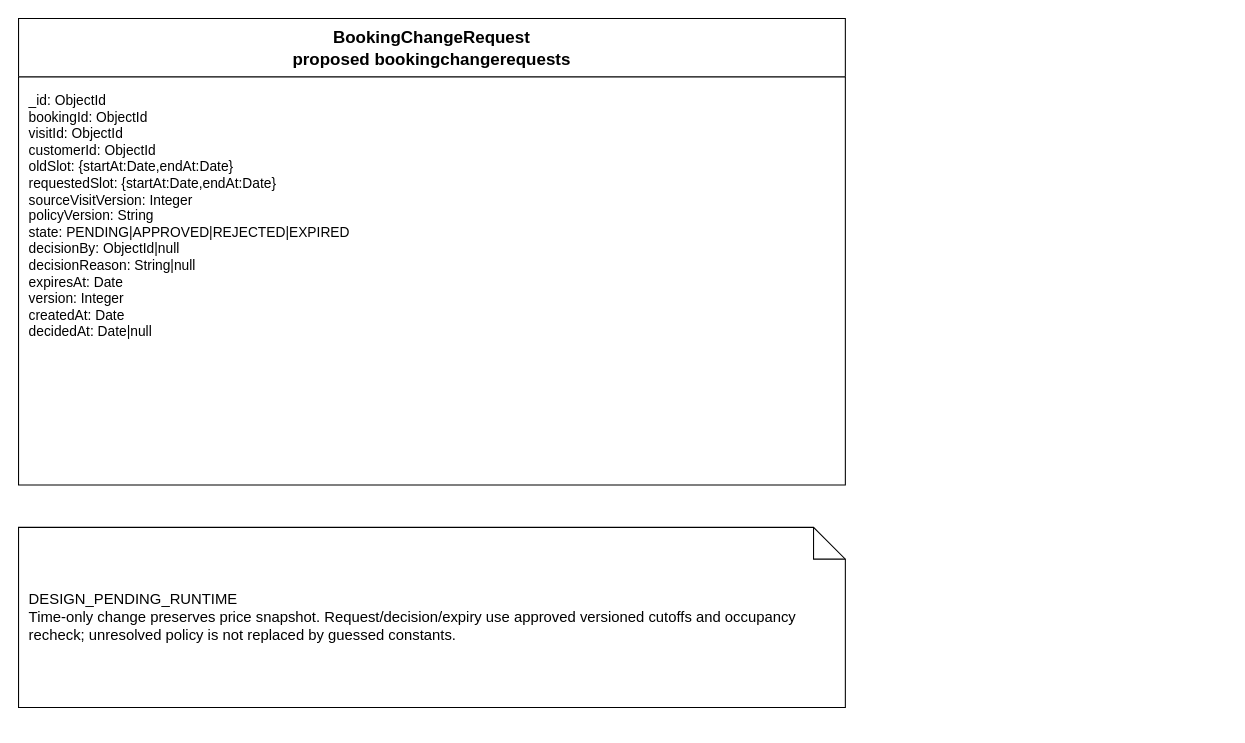
Before: page "BookingChangeRequest — DESIGN_PENDING_RUNTIME" (3 of 11) of doc/reports/report4/database/planned-domain-schema.drawio in ngocthanhhx7/SEP490_G101_FALL2026, a draw.io diagram. Source tidied: cells renumbered, new cells numbered last; positions are measured from the earlier drawing's top-left corner, leaving out a move shared by most shapes. Both pictures are drawn from the tidied source at 106%, with x=0, y=0 at pixel (18, 18).
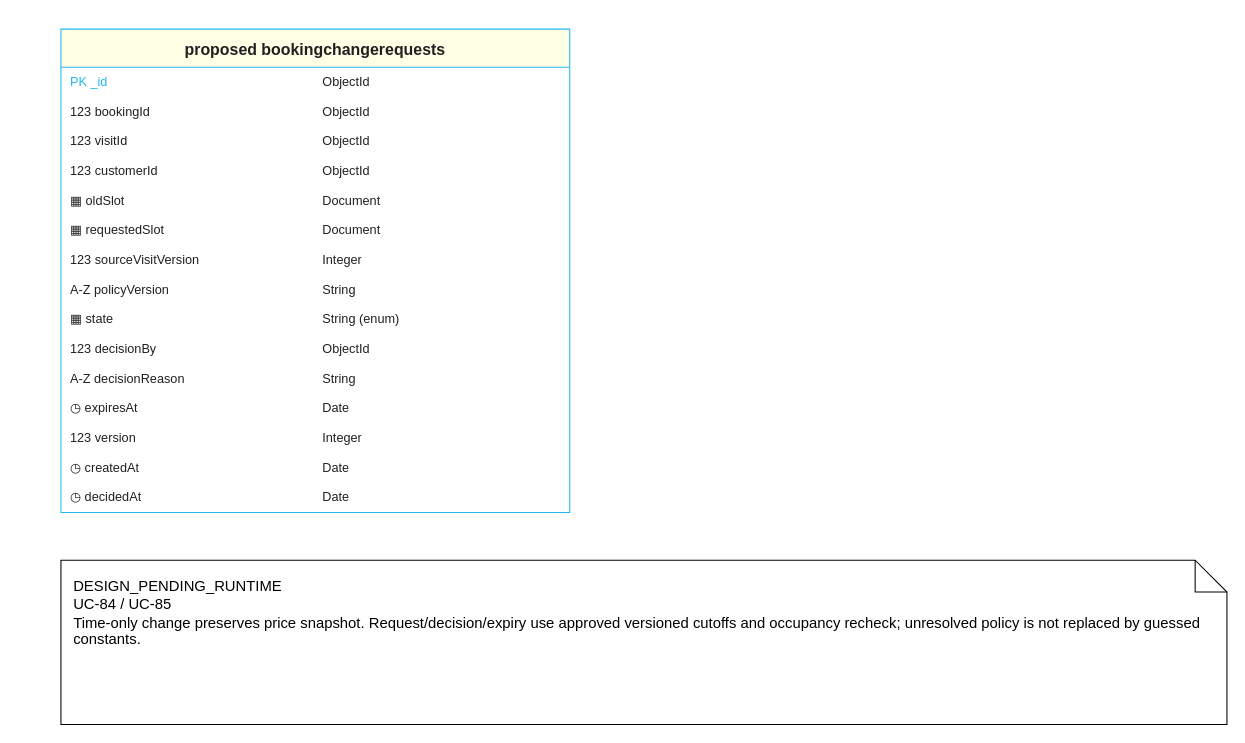
The same page after the edit.

What changed in the source:
```diff
@@
-<mxGraphModel>
+<mxGraphModel background="#ffffff">
@@
-    <mxCell id="2" value="BookingChangeRequest&#10;proposed bookingchangerequests" style="swimlane;startSize=55;whiteSpace=wrap;html=0;fontSize=16;" parent="1" vertex="1">
-      <mxGeometry width="780" height="440" as="geometry" />
-    </mxCell>
-    <mxCell id="3" value="_id: ObjectId&#10;bookingId: ObjectId&#10;visitId: ObjectId&#10;customerId: ObjectId&#10;oldSlot: {startAt:Date,endAt:Date}&#10;requestedSlot: {startAt:Date,endAt:Date}&#10;sourceVisitVersion: Integer&#10;policyVersion: String&#10;state: PENDING|APPROVED|REJECTED|EXPIRED&#10;decisionBy: ObjectId|null&#10;decisionReason: String|null&#10;expiresAt: Date&#10;version: Integer&#10;createdAt: Date&#10;decidedAt: Date|null" style="text;whiteSpace=wrap;html=0;align=left;verticalAlign=top;spacing=10;fontSize=13;" parent="2" vertex="1">
-      <mxGeometry y="55" width="780" height="385" as="geometry" />
-    </mxCell>
-    <mxCell id="4" value="DESIGN_PENDING_RUNTIME&#10;Time-only change preserves price snapshot. Request/decision/expiry use approved versioned cutoffs and occupancy recheck; unresolved policy is not replaced by guessed constants." style="shape=note;whiteSpace=wrap;html=0;align=left;spacing=10;fontSize=14;" parent="1" vertex="1">
-      <mxGeometry y="480" width="780" height="170" as="geometry" />
-    </mxCell>
+    <mxCell id="5" value="proposed bookingchangerequests" style="swimlane;startSize=36;horizontal=1;rounded=0;html=0;fillColor=#FFFFE5;swimlaneFillColor=#ffffff;strokeColor=#22B8F0;fontColor=#202020;fontSize=15;fontStyle=1;align=center;" parent="1" vertex="1">
+      <mxGeometry x="40" y="10" width="480" height="456" as="geometry" />
+    </mxCell>
+    <mxCell id="6" value="PK _id" style="text;html=0;whiteSpace=wrap;overflow=hidden;align=left;verticalAlign=middle;fontSize=12;fontColor=#22B8F0;spacingLeft=7;strokeColor=none;" parent="5" vertex="1">
+      <mxGeometry y="36" width="240" height="28" as="geometry" />
+    </mxCell>
+    <mxCell id="7" value="ObjectId" style="text;html=0;whiteSpace=wrap;overflow=hidden;align=left;verticalAlign=middle;fontSize=12;fontColor=#202020;spacingLeft=5;strokeColor=none;" parent="5" vertex="1">
+      <mxGeometry x="240" y="36" width="240" height="28" as="geometry" />
+    </mxCell>
+    <mxCell id="8" value="123 bookingId" style="text;html=0;whiteSpace=wrap;overflow=hidden;align=left;verticalAlign=middle;fontSize=12;fontColor=#202020;spacingLeft=7;strokeColor=none;" parent="5" vertex="1">
+      <mxGeometry y="64" width="240" height="28" as="geometry" />
+    </mxCell>
+    <mxCell id="9" value="ObjectId" style="text;html=0;whiteSpace=wrap;overflow=hidden;align=left;verticalAlign=middle;fontSize=12;fontColor=#202020;spacingLeft=5;strokeColor=none;" parent="5" vertex="1">
+      <mxGeometry x="240" y="64" width="240" height="28" as="geometry" />
+    </mxCell>
+    <mxCell id="10" value="123 visitId" style="text;html=0;whiteSpace=wrap;overflow=hidden;align=left;verticalAlign=middle;fontSize=12;fontColor=#202020;spacingLeft=7;strokeColor=none;" parent="5" vertex="1">
+      <mxGeometry y="92" width="240" height="28" as="geometry" />
+    </mxCell>
+    <mxCell id="11" value="ObjectId" style="text;html=0;whiteSpace=wrap;overflow=hidden;align=left;verticalAlign=middle;fontSize=12;fontColor=#202020;spacingLeft=5;strokeColor=none;" parent="5" vertex="1">
+      <mxGeometry x="240" y="92" width="240" height="28" as="geometry" />
+    </mxCell>
+    <mxCell id="12" value="123 customerId" style="text;html=0;whiteSpace=wrap;overflow=hidden;align=left;verticalAlign=middle;fontSize=12;fontColor=#202020;spacingLeft=7;strokeColor=none;" parent="5" vertex="1">
+      <mxGeometry y="120" width="240" height="28" as="geometry" />
+    </mxCell>
+    <mxCell id="13" value="ObjectId" style="text;html=0;whiteSpace=wrap;overflow=hidden;align=left;verticalAlign=middle;fontSize=12;fontColor=#202020;spacingLeft=5;strokeColor=none;" parent="5" vertex="1">
+      <mxGeometry x="240" y="120" width="240" height="28" as="geometry" />
+    </mxCell>
+    <mxCell id="14" value="▦ oldSlot" style="text;html=0;whiteSpace=wrap;overflow=hidden;align=left;verticalAlign=middle;fontSize=12;fontColor=#202020;spacingLeft=7;strokeColor=none;" parent="5" vertex="1">
+      <mxGeometry y="148" width="240" height="28" as="geometry" />
+    </mxCell>
+    <mxCell id="15" value="Document" style="text;html=0;whiteSpace=wrap;overflow=hidden;align=left;verticalAlign=middle;fontSize=12;fontColor=#202020;spacingLeft=5;strokeColor=none;" parent="5" vertex="1">
+      <mxGeometry x="240" y="148" width="240" height="28" as="geometry" />
+    </mxCell>
+    <mxCell id="16" value="▦ requestedSlot" style="text;html=0;whiteSpace=wrap;overflow=hidden;align=left;verticalAlign=middle;fontSize=12;fontColor=#202020;spacingLeft=7;strokeColor=none;" parent="5" vertex="1">
+      <mxGeometry y="176" width="240" height="28" as="geometry" />
+    </mxCell>
+    <mxCell id="17" value="Document" style="text;html=0;whiteSpace=wrap;overflow=hidden;align=left;verticalAlign=middle;fontSize=12;fontColor=#202020;spacingLeft=5;strokeColor=none;" parent="5" vertex="1">
+      <mxGeometry x="240" y="176" width="240" height="28" as="geometry" />
+    </mxCell>
+    <mxCell id="18" value="123 sourceVisitVersion" style="text;html=0;whiteSpace=wrap;overflow=hidden;align=left;verticalAlign=middle;fontSize=12;fontColor=#202020;spacingLeft=7;strokeColor=none;" parent="5" vertex="1">
+      <mxGeometry y="204" width="240" height="28" as="geometry" />
+    </mxCell>
+    <mxCell id="19" value="Integer" style="text;html=0;whiteSpace=wrap;overflow=hidden;align=left;verticalAlign=middle;fontSize=12;fontColor=#202020;spacingLeft=5;strokeColor=none;" parent="5" vertex="1">
+      <mxGeometry x="240" y="204" width="240" height="28" as="geometry" />
+    </mxCell>
+    <mxCell id="20" value="A-Z policyVersion" style="text;html=0;whiteSpace=wrap;overflow=hidden;align=left;verticalAlign=middle;fontSize=12;fontColor=#202020;spacingLeft=7;strokeColor=none;" parent="5" vertex="1">
+      <mxGeometry y="232" width="240" height="28" as="geometry" />
+    </mxCell>
+    <mxCell id="21" value="String" style="text;html=0;whiteSpace=wrap;overflow=hidden;align=left;verticalAlign=middle;fontSize=12;fontColor=#202020;spacingLeft=5;strokeColor=none;" parent="5" vertex="1">
+      <mxGeometry x="240" y="232" width="240" height="28" as="geometry" />
+    </mxCell>
+    <mxCell id="22" value="▦ state" style="text;html=0;whiteSpace=wrap;overflow=hidden;align=left;verticalAlign=middle;fontSize=12;fontColor=#202020;spacingLeft=7;strokeColor=none;" parent="5" vertex="1">
+      <mxGeometry y="260" width="240" height="28" as="geometry" />
+    </mxCell>
+    <mxCell id="23" value="String (enum)" style="text;html=0;whiteSpace=wrap;overflow=hidden;align=left;verticalAlign=middle;fontSize=12;fontColor=#202020;spacingLeft=5;strokeColor=none;" parent="5" vertex="1">
+      <mxGeometry x="240" y="260" width="240" height="28" as="geometry" />
+    </mxCell>
+    <mxCell id="24" value="123 decisionBy" style="text;html=0;whiteSpace=wrap;overflow=hidden;align=left;verticalAlign=middle;fontSize=12;fontColor=#202020;spacingLeft=7;strokeColor=none;" parent="5" vertex="1">
+      <mxGeometry y="288" width="240" height="28" as="geometry" />
+    </mxCell>
+    <mxCell id="25" value="ObjectId" style="text;html=0;whiteSpace=wrap;overflow=hidden;align=left;verticalAlign=middle;fontSize=12;fontColor=#202020;spacingLeft=5;strokeColor=none;" parent="5" vertex="1">
+      <mxGeometry x="240" y="288" width="240" height="28" as="geometry" />
+    </mxCell>
+    <mxCell id="26" value="A-Z decisionReason" style="text;html=0;whiteSpace=wrap;overflow=hidden;align=left;verticalAlign=middle;fontSize=12;fontColor=#202020;spacingLeft=7;strokeColor=none;" parent="5" vertex="1">
+      <mxGeometry y="316" width="240" height="28" as="geometry" />
+    </mxCell>
+    <mxCell id="27" value="String" style="text;html=0;whiteSpace=wrap;overflow=hidden;align=left;verticalAlign=middle;fontSize=12;fontColor=#202020;spacingLeft=5;strokeColor=none;" parent="5" vertex="1">
+      <mxGeometry x="240" y="316" width="240" height="28" as="geometry" />
+    </mxCell>
+    <mxCell id="28" value="◷ expiresAt" style="text;html=0;whiteSpace=wrap;overflow=hidden;align=left;verticalAlign=middle;fontSize=12;fontColor=#202020;spacingLeft=7;strokeColor=none;" parent="5" vertex="1">
+      <mxGeometry y="344" width="240" height="28" as="geometry" />
+    </mxCell>
+    <mxCell id="29" value="Date" style="text;html=0;whiteSpace=wrap;overflow=hidden;align=left;verticalAlign=middle;fontSize=12;fontColor=#202020;spacingLeft=5;strokeColor=none;" parent="5" vertex="1">
+      <mxGeometry x="240" y="344" width="240" height="28" as="geometry" />
+    </mxCell>
+    <mxCell id="30" value="123 version" style="text;html=0;whiteSpace=wrap;overflow=hidden;align=left;verticalAlign=middle;fontSize=12;fontColor=#202020;spacingLeft=7;strokeColor=none;" parent="5" vertex="1">
+      <mxGeometry y="372" width="240" height="28" as="geometry" />
+    </mxCell>
+    <mxCell id="31" value="Integer" style="text;html=0;whiteSpace=wrap;overflow=hidden;align=left;verticalAlign=middle;fontSize=12;fontColor=#202020;spacingLeft=5;strokeColor=none;" parent="5" vertex="1">
+      <mxGeometry x="240" y="372" width="240" height="28" as="geometry" />
+    </mxCell>
+    <mxCell id="32" value="◷ createdAt" style="text;html=0;whiteSpace=wrap;overflow=hidden;align=left;verticalAlign=middle;fontSize=12;fontColor=#202020;spacingLeft=7;strokeColor=none;" parent="5" vertex="1">
+      <mxGeometry y="400" width="240" height="28" as="geometry" />
+    </mxCell>
+    <mxCell id="33" value="Date" style="text;html=0;whiteSpace=wrap;overflow=hidden;align=left;verticalAlign=middle;fontSize=12;fontColor=#202020;spacingLeft=5;strokeColor=none;" parent="5" vertex="1">
+      <mxGeometry x="240" y="400" width="240" height="28" as="geometry" />
+    </mxCell>
+    <mxCell id="34" value="◷ decidedAt" style="text;html=0;whiteSpace=wrap;overflow=hidden;align=left;verticalAlign=middle;fontSize=12;fontColor=#202020;spacingLeft=7;strokeColor=none;" parent="5" vertex="1">
+      <mxGeometry y="428" width="240" height="28" as="geometry" />
+    </mxCell>
+    <mxCell id="35" value="Date" style="text;html=0;whiteSpace=wrap;overflow=hidden;align=left;verticalAlign=middle;fontSize=12;fontColor=#202020;spacingLeft=5;strokeColor=none;" parent="5" vertex="1">
+      <mxGeometry x="240" y="428" width="240" height="28" as="geometry" />
+    </mxCell>
+    <mxCell id="36" value="DESIGN_PENDING_RUNTIME&#10;UC-84 / UC-85&#10;Time-only change preserves price snapshot. Request/decision/expiry use approved versioned cutoffs and occupancy recheck; unresolved policy is not replaced by guessed constants." style="shape=note;html=0;whiteSpace=wrap;align=left;verticalAlign=top;spacing=12;fontSize=14;" parent="1" vertex="1">
+      <mxGeometry x="40" y="511" width="1100" height="155" as="geometry" />
+    </mxCell>
```
